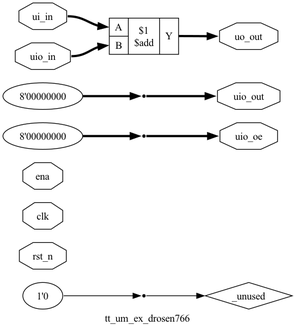
Earlier version of the Graphviz export docs/schematic.png (Ponprapa/myproject_NMR_pulse_sequencer). Its source is kept beside it as docs/schematic.dot. The source it was exported from:
```dot
digraph "tt_um_ex_drosen766" {
label="tt_um_ex_drosen766";
rankdir="LR";
remincross=true;
n1 [ shape=diamond, label="_unused", color="black", fontcolor="black"];
n2 [ shape=octagon, label="rst_n", color="black", fontcolor="black"];
n3 [ shape=octagon, label="clk", color="black", fontcolor="black"];
n4 [ shape=octagon, label="ena", color="black", fontcolor="black"];
n5 [ shape=octagon, label="uio_oe", color="black", fontcolor="black"];
n6 [ shape=octagon, label="uio_out", color="black", fontcolor="black"];
n7 [ shape=octagon, label="uio_in", color="black", fontcolor="black"];
n8 [ shape=octagon, label="uo_out", color="black", fontcolor="black"];
n9 [ shape=octagon, label="ui_in", color="black", fontcolor="black"];
c13 [ shape=record, label="{{<p10> A|<p11> B}|$1\n$add|{<p12> Y}}",  ];
v0 [ label="1'0" ];
x1 [shape=point, ];
v2 [ label="8'00000000" ];
x3 [shape=point, ];
v4 [ label="8'00000000" ];
x5 [shape=point, ];
x1:e -> n1:w [color="black", fontcolor="black", label=""];
x3:e -> n5:w [color="black", fontcolor="black", style="setlinewidth(3)", label=""];
x5:e -> n6:w [color="black", fontcolor="black", style="setlinewidth(3)", label=""];
n7:e -> c13:p11:w [color="black", fontcolor="black", style="setlinewidth(3)", label=""];
c13:p12:e -> n8:w [color="black", fontcolor="black", style="setlinewidth(3)", label=""];
n9:e -> c13:p10:w [color="black", fontcolor="black", style="setlinewidth(3)", label=""];
v0:e -> x1:w [color="black", fontcolor="black", label=""];
v2:e -> x3:w [color="black", fontcolor="black", style="setlinewidth(3)", label=""];
v4:e -> x5:w [color="black", fontcolor="black", style="setlinewidth(3)", label=""];
}
```
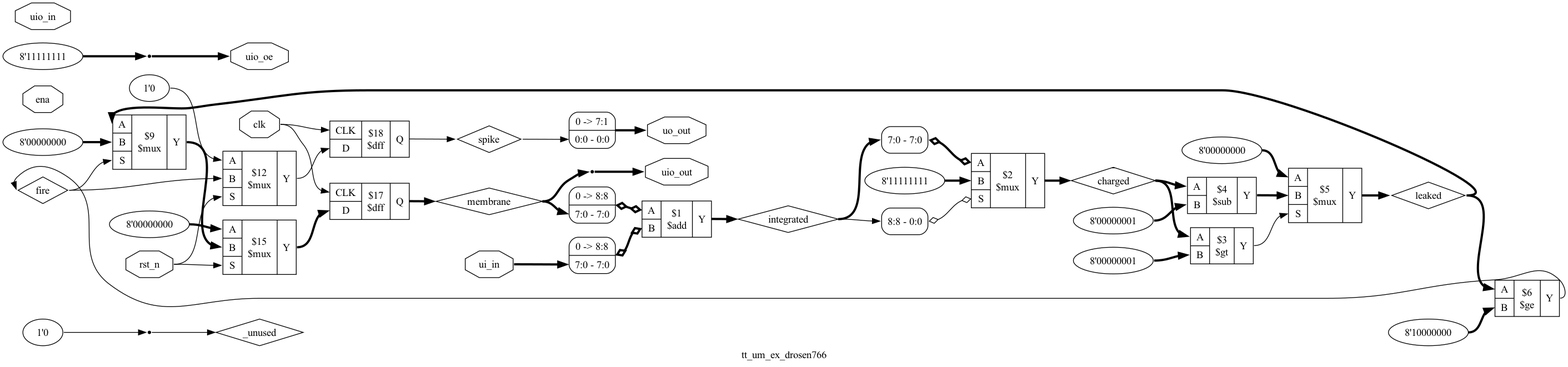
Above is the later version.

Change to the diagram source:
```diff
@@ -2,29 +2,93 @@
 label="tt_um_ex_drosen766";
 rankdir="LR";
 remincross=true;
-n1 [ shape=diamond, label="_unused", color="black", fontcolor="black"];
-n2 [ shape=octagon, label="rst_n", color="black", fontcolor="black"];
-n3 [ shape=octagon, label="clk", color="black", fontcolor="black"];
-n4 [ shape=octagon, label="ena", color="black", fontcolor="black"];
-n5 [ shape=octagon, label="uio_oe", color="black", fontcolor="black"];
-n6 [ shape=octagon, label="uio_out", color="black", fontcolor="black"];
-n7 [ shape=octagon, label="uio_in", color="black", fontcolor="black"];
-n8 [ shape=octagon, label="uo_out", color="black", fontcolor="black"];
-n9 [ shape=octagon, label="ui_in", color="black", fontcolor="black"];
-c13 [ shape=record, label="{{<p10> A|<p11> B}|$1\n$add|{<p12> Y}}",  ];
-v0 [ label="1'0" ];
-x1 [shape=point, ];
+n6 [ shape=diamond, label="_unused", color="black", fontcolor="black"];
+n7 [ shape=diamond, label="fire", color="black", fontcolor="black"];
+n8 [ shape=diamond, label="leaked", color="black", fontcolor="black"];
+n9 [ shape=diamond, label="charged", color="black", fontcolor="black"];
+n10 [ shape=diamond, label="integrated", color="black", fontcolor="black"];
+n11 [ shape=diamond, label="spike", color="black", fontcolor="black"];
+n12 [ shape=diamond, label="membrane", color="black", fontcolor="black"];
+n13 [ shape=octagon, label="rst_n", color="black", fontcolor="black"];
+n14 [ shape=octagon, label="clk", color="black", fontcolor="black"];
+n15 [ shape=octagon, label="ena", color="black", fontcolor="black"];
+n16 [ shape=octagon, label="uio_oe", color="black", fontcolor="black"];
+n17 [ shape=octagon, label="uio_out", color="black", fontcolor="black"];
+n18 [ shape=octagon, label="uio_in", color="black", fontcolor="black"];
+n19 [ shape=octagon, label="uo_out", color="black", fontcolor="black"];
+n20 [ shape=octagon, label="ui_in", color="black", fontcolor="black"];
+v0 [ label="8'00000000" ];
+c25 [ shape=record, label="{{<p21> A|<p22> B|<p23> S}|$15\n$mux|{<p24> Y}}",  ];
+v1 [ label="1'0" ];
+c26 [ shape=record, label="{{<p21> A|<p22> B|<p23> S}|$12\n$mux|{<p24> Y}}",  ];
+c30 [ shape=record, label="{{<p27> CLK|<p28> D}|$18\n$dff|{<p29> Q}}",  ];
 v2 [ label="8'00000000" ];
-x3 [shape=point, ];
+c31 [ shape=record, label="{{<p21> A|<p22> B|<p23> S}|$9\n$mux|{<p24> Y}}",  ];
+c32 [ shape=record, label="{{<p27> CLK|<p28> D}|$17\n$dff|{<p29> Q}}",  ];
+v3 [ label="8'10000000" ];
+c33 [ shape=record, label="{{<p21> A|<p22> B}|$6\n$ge|{<p24> Y}}",  ];
 v4 [ label="8'00000000" ];
-x5 [shape=point, ];
-x1:e -> n1:w [color="black", fontcolor="black", label=""];
-x3:e -> n5:w [color="black", fontcolor="black", style="setlinewidth(3)", label=""];
-x5:e -> n6:w [color="black", fontcolor="black", style="setlinewidth(3)", label=""];
-n7:e -> c13:p11:w [color="black", fontcolor="black", style="setlinewidth(3)", label=""];
-c13:p12:e -> n8:w [color="black", fontcolor="black", style="setlinewidth(3)", label=""];
-n9:e -> c13:p10:w [color="black", fontcolor="black", style="setlinewidth(3)", label=""];
-v0:e -> x1:w [color="black", fontcolor="black", label=""];
-v2:e -> x3:w [color="black", fontcolor="black", style="setlinewidth(3)", label=""];
-v4:e -> x5:w [color="black", fontcolor="black", style="setlinewidth(3)", label=""];
+c34 [ shape=record, label="{{<p21> A|<p22> B|<p23> S}|$5\n$mux|{<p24> Y}}",  ];
+v5 [ label="8'00000001" ];
+c35 [ shape=record, label="{{<p21> A|<p22> B}|$4\n$sub|{<p24> Y}}",  ];
+v6 [ label="8'00000001" ];
+c36 [ shape=record, label="{{<p21> A|<p22> B}|$3\n$gt|{<p24> Y}}",  ];
+v8 [ label="8'11111111" ];
+c37 [ shape=record, label="{{<p21> A|<p22> B|<p23> S}|$2\n$mux|{<p24> Y}}",  ];
+x7 [ shape=record, style=rounded, label="<s0> 8:8 - 0:0 ", color="black", fontcolor="black" ];
+x7:e -> c37:p23:w [arrowhead=odiamond, arrowtail=odiamond, dir=both, color="black", fontcolor="black", label=""];
+x9 [ shape=record, style=rounded, label="<s0> 7:0 - 7:0 ", color="black", fontcolor="black" ];
+x9:e -> c37:p21:w [arrowhead=odiamond, arrowtail=odiamond, dir=both, color="black", fontcolor="black", style="setlinewidth(3)", label=""];
+c38 [ shape=record, label="{{<p21> A|<p22> B}|$1\n$add|{<p24> Y}}",  ];
+x10 [ shape=record, style=rounded, label="0 -&gt; 8:8 |<s0> 7:0 - 7:0 ", color="black", fontcolor="black" ];
+x10:e -> c38:p22:w [arrowhead=odiamond, arrowtail=odiamond, dir=both, color="black", fontcolor="black", style="setlinewidth(3)", label=""];
+x11 [ shape=record, style=rounded, label="0 -&gt; 8:8 |<s0> 7:0 - 7:0 ", color="black", fontcolor="black" ];
+x11:e -> c38:p21:w [arrowhead=odiamond, arrowtail=odiamond, dir=both, color="black", fontcolor="black", style="setlinewidth(3)", label=""];
+v12 [ label="1'0" ];
+x13 [shape=point, ];
+v14 [ label="8'11111111" ];
+x15 [shape=point, ];
+x16 [shape=point, ];
+x17 [ shape=record, style=rounded, label="0 -&gt; 7:1 |<s0> 0:0 - 0:0 ", color="black", fontcolor="black" ];
+c26:p24:e -> c30:p28:w [color="black", fontcolor="black", label=""];
+c38:p24:e -> n10:w [color="black", fontcolor="black", style="setlinewidth(3)", label=""];
+n10:e -> x7:s0:w [color="black", fontcolor="black", label=""];
+n10:e -> x9:s0:w [color="black", fontcolor="black", style="setlinewidth(3)", label=""];
+c30:p29:e -> n11:w [color="black", fontcolor="black", label=""];
+n11:e -> x17:s0:w [color="black", fontcolor="black", label=""];
+c32:p29:e -> n12:w [color="black", fontcolor="black", style="setlinewidth(3)", label=""];
+n12:e -> x11:s0:w [color="black", fontcolor="black", style="setlinewidth(3)", label=""];
+n12:e -> x16:w [color="black", fontcolor="black", style="setlinewidth(3)", label=""];
+n13:e -> c25:p23:w [color="black", fontcolor="black", label=""];
+n13:e -> c26:p23:w [color="black", fontcolor="black", label=""];
+n14:e -> c30:p27:w [color="black", fontcolor="black", label=""];
+n14:e -> c32:p27:w [color="black", fontcolor="black", label=""];
+x15:e -> n16:w [color="black", fontcolor="black", style="setlinewidth(3)", label=""];
+x16:e -> n17:w [color="black", fontcolor="black", style="setlinewidth(3)", label=""];
+x17:e -> n19:w [color="black", fontcolor="black", style="setlinewidth(3)", label=""];
+c35:p24:e -> c34:p22:w [color="black", fontcolor="black", style="setlinewidth(3)", label=""];
+n20:e -> x10:s0:w [color="black", fontcolor="black", style="setlinewidth(3)", label=""];
+c36:p24:e -> c34:p23:w [color="black", fontcolor="black", label=""];
+c25:p24:e -> c32:p28:w [color="black", fontcolor="black", style="setlinewidth(3)", label=""];
+c31:p24:e -> c25:p22:w [color="black", fontcolor="black", style="setlinewidth(3)", label=""];
+x13:e -> n6:w [color="black", fontcolor="black", label=""];
+c33:p24:e -> n7:w [color="black", fontcolor="black", label=""];
+n7:e -> c26:p22:w [color="black", fontcolor="black", label=""];
+n7:e -> c31:p23:w [color="black", fontcolor="black", label=""];
+c34:p24:e -> n8:w [color="black", fontcolor="black", style="setlinewidth(3)", label=""];
+n8:e -> c31:p21:w [color="black", fontcolor="black", style="setlinewidth(3)", label=""];
+n8:e -> c33:p21:w [color="black", fontcolor="black", style="setlinewidth(3)", label=""];
+c37:p24:e -> n9:w [color="black", fontcolor="black", style="setlinewidth(3)", label=""];
+n9:e -> c35:p21:w [color="black", fontcolor="black", style="setlinewidth(3)", label=""];
+n9:e -> c36:p21:w [color="black", fontcolor="black", style="setlinewidth(3)", label=""];
+v0:e -> c25:p21:w [color="black", fontcolor="black", style="setlinewidth(3)", label=""];
+v1:e -> c26:p21:w [color="black", fontcolor="black", label=""];
+v12:e -> x13:w [color="black", fontcolor="black", label=""];
+v14:e -> x15:w [color="black", fontcolor="black", style="setlinewidth(3)", label=""];
+v2:e -> c31:p22:w [color="black", fontcolor="black", style="setlinewidth(3)", label=""];
+v3:e -> c33:p22:w [color="black", fontcolor="black", style="setlinewidth(3)", label=""];
+v4:e -> c34:p21:w [color="black", fontcolor="black", style="setlinewidth(3)", label=""];
+v5:e -> c35:p22:w [color="black", fontcolor="black", style="setlinewidth(3)", label=""];
+v6:e -> c36:p22:w [color="black", fontcolor="black", style="setlinewidth(3)", label=""];
+v8:e -> c37:p22:w [color="black", fontcolor="black", style="setlinewidth(3)", label=""];
 }
```
